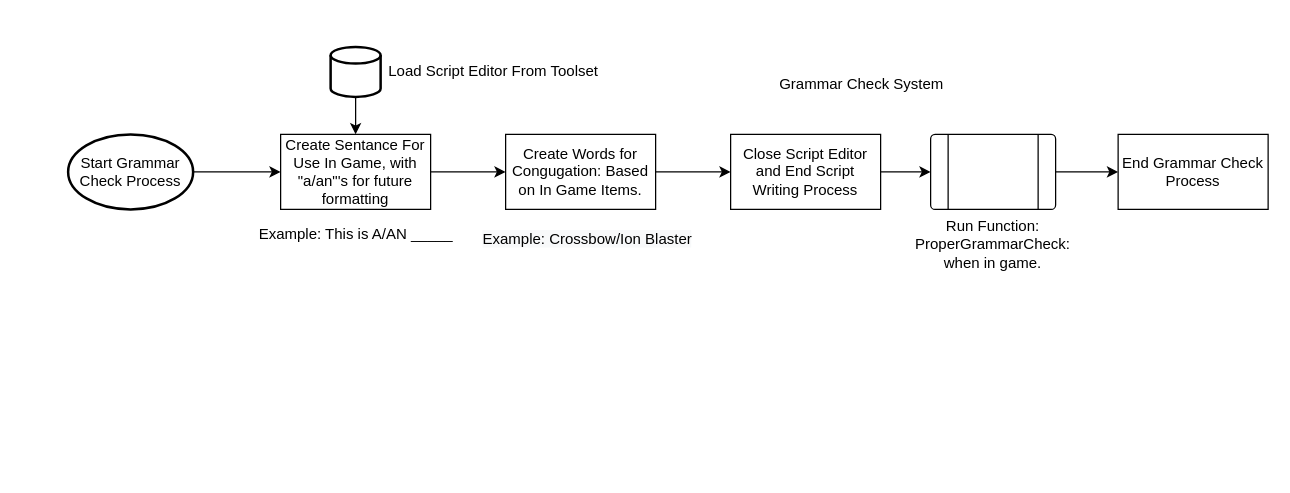
Earlier version of the draw.io diagram Phase2/Flowcharts/modgodToolset/GrammarCheck/ProjectIlmatarPhase2GrammarCheck.drawio (RPG-Research/bcirpg). Source tidied: cells renumbered, new cells numbered last; positions are measured from the earlier drawing's top-left corner, leaving out a move shared by most shapes. Both pictures are drawn from the tidied source at 125%, with x=0, y=0 at pixel (68, 46).
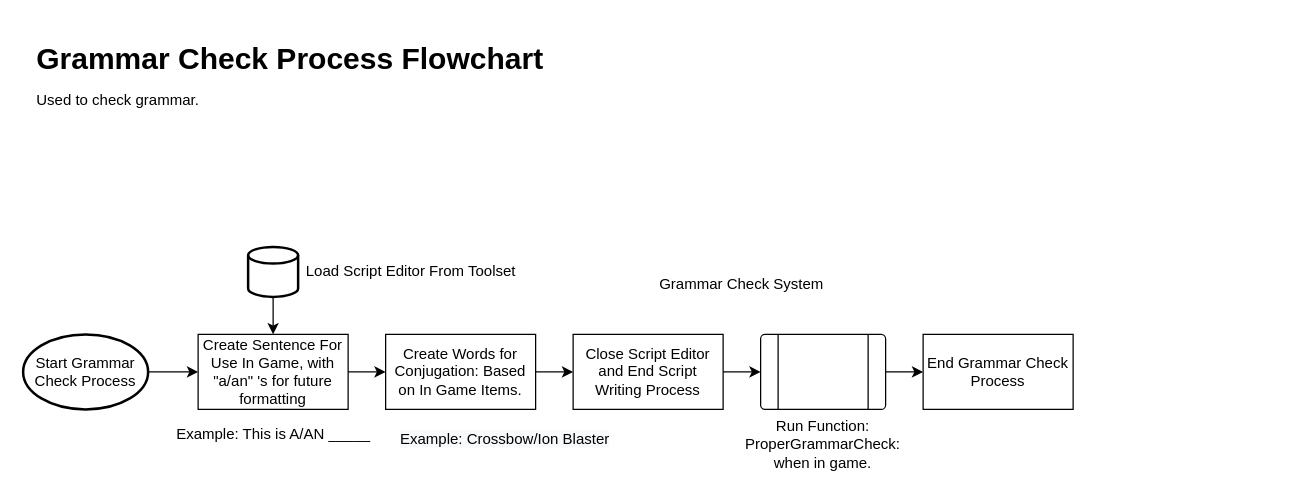
The same diagram, later.

Change to the diagram source:
```diff
@@
     <mxCell id="2" value="Grammar Check System" style="text;html=1;strokeColor=none;fillColor=none;align=center;verticalAlign=middle;whiteSpace=wrap;rounded=0;" parent="1" vertex="1">
-      <mxGeometry x="550" y="20" width="170" height="20" as="geometry" />
+      <mxGeometry x="454" y="180" width="170" height="20" as="geometry" />
     </mxCell>
@@
     <mxCell id="4" value="Start Grammar Check Process" style="strokeWidth=2;html=1;shape=mxgraph.flowchart.start_1;whiteSpace=wrap;" parent="1" vertex="1">
-      <mxGeometry y="70" width="100" height="60" as="geometry" />
+      <mxGeometry x="-36" y="230" width="100" height="60" as="geometry" />
     </mxCell>
     <mxCell id="5" style="edgeStyle=orthogonalEdgeStyle;rounded=0;jettySize=auto;html=1;exitX=0.5;exitY=1;exitDx=0;exitDy=0;exitPerimeter=0;" parent="1" edge="1" source="6">
       <mxGeometry relative="1" as="geometry">
-        <mxPoint x="230" y="70" as="targetPoint" />
+        <mxPoint x="164" y="230" as="targetPoint" />
       </mxGeometry>
     </mxCell>
     <mxCell id="6" style="strokeWidth=2;html=1;shape=mxgraph.flowchart.database;whiteSpace=wrap;" parent="1" vertex="1">
-      <mxGeometry x="210" width="40" height="40" as="geometry" />
+      <mxGeometry x="144" y="160" width="40" height="40" as="geometry" />
     </mxCell>
     <mxCell id="7" value="Load Script Editor From Toolset" style="text;html=1;align=center;verticalAlign=middle;" parent="1" vertex="1">
-      <mxGeometry x="250" y="10" width="180" height="20" as="geometry" />
+      <mxGeometry x="184" y="170" width="180" height="20" as="geometry" />
     </mxCell>
@@
-    <mxCell id="9" value="Create Sentance For Use In Game, with &quot;a/an&quot;'s for future formatting" style="whiteSpace=wrap;html=1;" parent="1" vertex="1">
-      <mxGeometry x="170" y="70" width="120" height="60" as="geometry" />
+    <mxCell id="9" value="Create Sentence For Use In Game, with &quot;a/an&quot; 's for future formatting" style="whiteSpace=wrap;html=1;" parent="1" vertex="1">
+      <mxGeometry x="104" y="230" width="120" height="60" as="geometry" />
     </mxCell>
     <mxCell id="10" value="Example: This is A/AN _____" style="text;html=1;align=center;verticalAlign=middle;" parent="1" vertex="1">
-      <mxGeometry x="145" y="140" width="170" height="20" as="geometry" />
+      <mxGeometry x="79" y="300" width="170" height="20" as="geometry" />
     </mxCell>
@@
-    <mxCell id="12" value="Create Words for Congugation: Based on In Game Items." style="whiteSpace=wrap;html=1;" parent="1" vertex="1">
-      <mxGeometry x="350" y="70" width="120" height="60" as="geometry" />
+    <mxCell id="12" value="Create Words for Conjugation: Based on In Game Items." style="whiteSpace=wrap;html=1;" parent="1" vertex="1">
+      <mxGeometry x="254" y="230" width="120" height="60" as="geometry" />
     </mxCell>
     <mxCell id="13" value="&lt;span style=&quot;color: rgb(0 , 0 , 0) ; font-family: &amp;#34;helvetica&amp;#34; ; font-size: 12px ; font-style: normal ; font-weight: 400 ; letter-spacing: normal ; text-align: center ; text-indent: 0px ; text-transform: none ; word-spacing: 0px ; background-color: rgb(248 , 249 , 250) ; display: inline ; float: none&quot;&gt;Example: Crossbow/Ion Blaster&lt;/span&gt;" style="text;whiteSpace=wrap;html=1;" parent="1" vertex="1">
-      <mxGeometry x="330" y="140" width="180" height="30" as="geometry" />
+      <mxGeometry x="264" y="300" width="180" height="30" as="geometry" />
     </mxCell>
@@
     <mxCell id="15" value="Run Function: ProperGrammarCheck: when in game." style="verticalLabelPosition=bottom;verticalAlign=top;html=1;shape=process;whiteSpace=wrap;rounded=1;size=0.14;arcSize=6;" parent="1" vertex="1">
-      <mxGeometry x="690" y="70" width="100" height="60" as="geometry" />
+      <mxGeometry x="554" y="230" width="100" height="60" as="geometry" />
     </mxCell>
@@
     <mxCell id="17" value="Close Script Editor&lt;br&gt;and End Script Writing Process" style="whiteSpace=wrap;html=1;" parent="1" vertex="1">
-      <mxGeometry x="530" y="70" width="120" height="60" as="geometry" />
+      <mxGeometry x="404" y="230" width="120" height="60" as="geometry" />
     </mxCell>
     <mxCell id="18" value="End Grammar Check Process" style="whiteSpace=wrap;html=1;" parent="1" vertex="1">
-      <mxGeometry x="840" y="70" width="120" height="60" as="geometry" />
+      <mxGeometry x="684" y="230" width="120" height="60" as="geometry" />
     </mxCell>
+    <mxCell id="19" value="&lt;h1&gt;&lt;span style=&quot;background-color: initial;&quot;&gt;Grammar Check Process Flowchart&lt;br&gt;&lt;/span&gt;&lt;span style=&quot;background-color: initial; font-size: 12px; font-weight: normal;&quot;&gt;Used to check grammar.&amp;nbsp;&lt;/span&gt;&lt;br&gt;&lt;/h1&gt;" style="text;html=1;strokeColor=none;fillColor=none;spacing=5;spacingTop=-20;whiteSpace=wrap;overflow=hidden;rounded=0;" parent="1" vertex="1">
+      <mxGeometry x="-30" y="-10" width="830" height="120" as="geometry" />
+    </mxCell>
```
